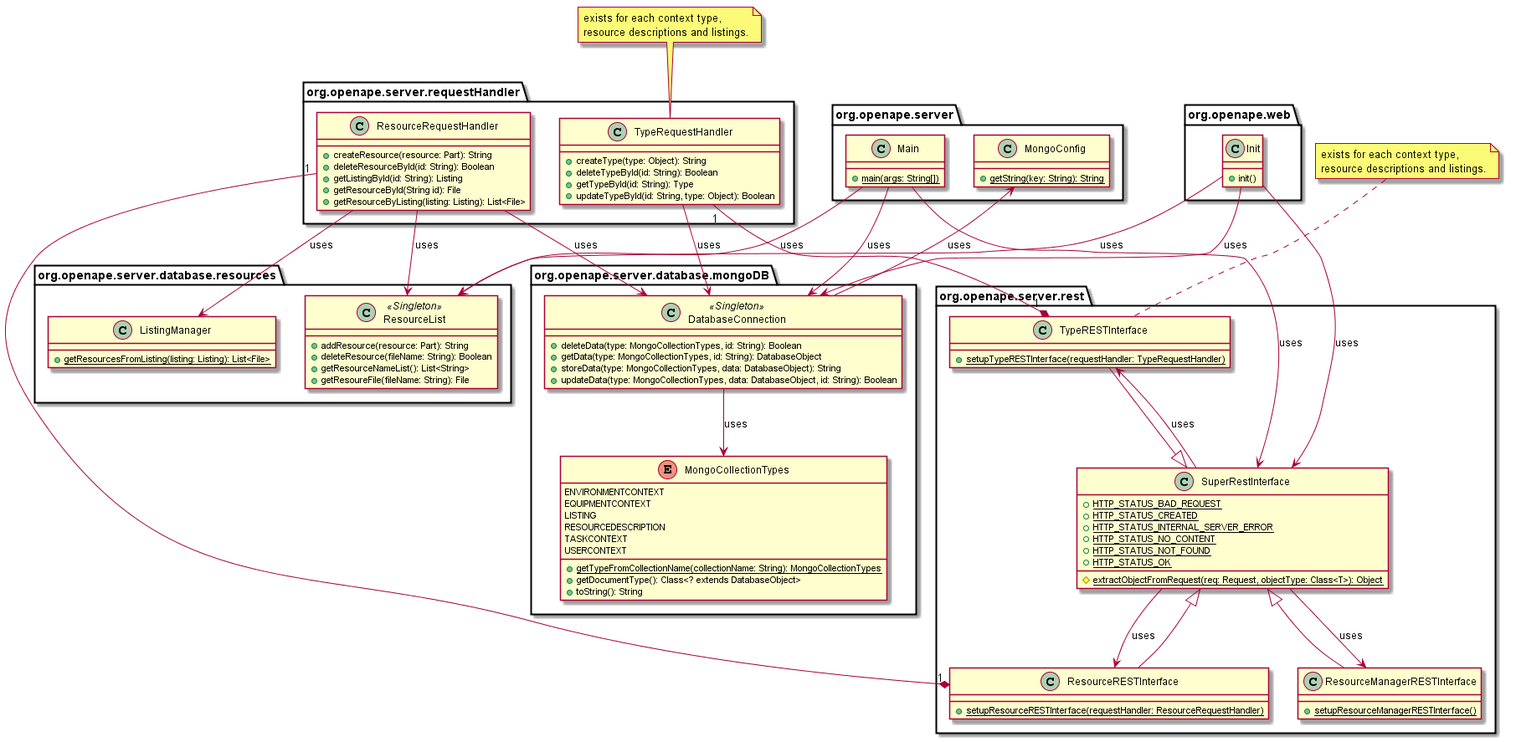
Before: documentation/uml/serveruml.png, a diagram exported from PlantUML (REMEXLabs/OpenAPE).
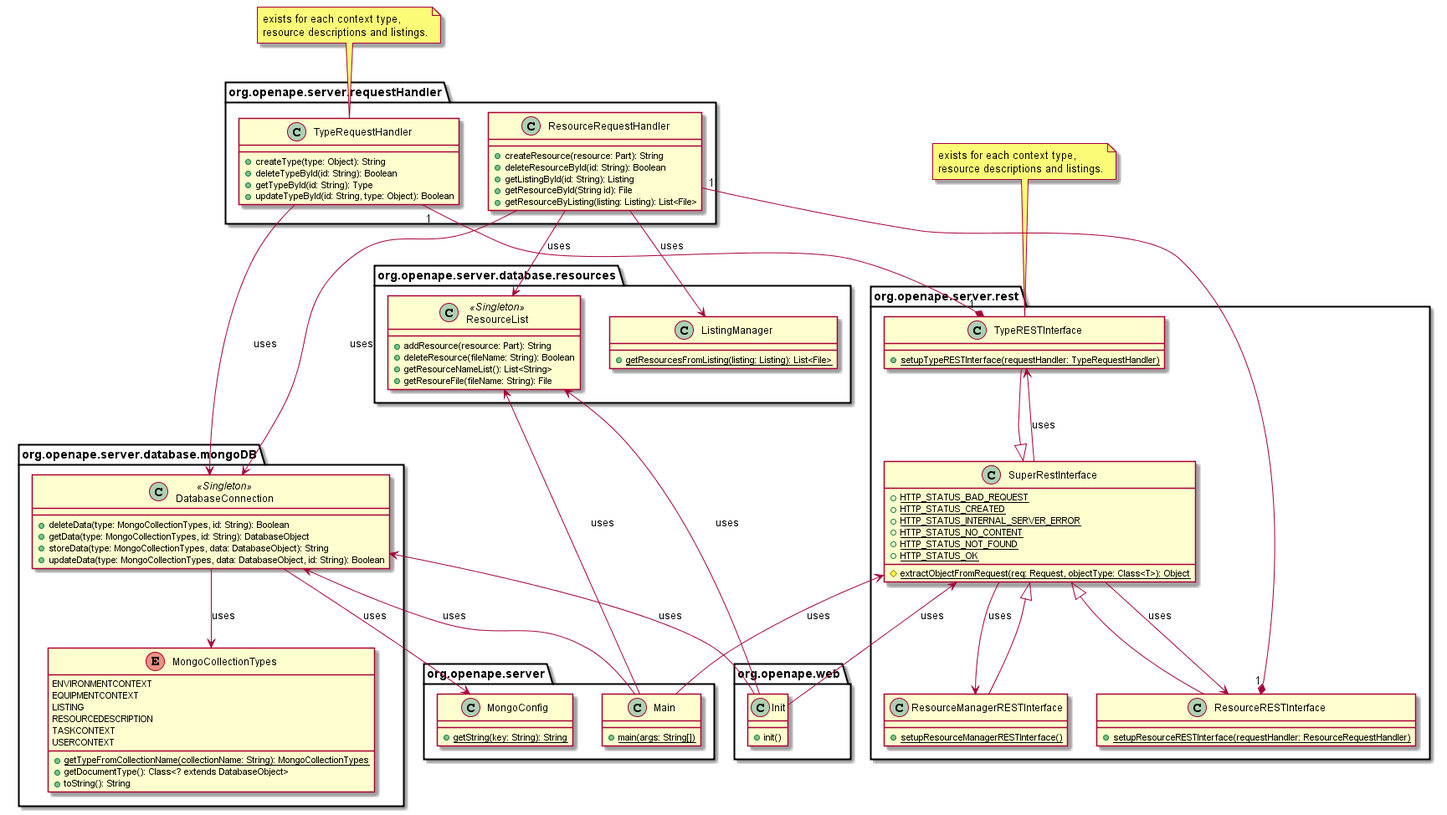
After the change.

What changed in the source:
```diff
@@ -69,12 +69,12 @@
 }
 org.openape.server.database.mongoDB.DatabaseConnection --> org.openape.server.database.mongoDB.MongoCollectionTypes :uses
 
-org.openape.server.Main --> org.openape.server.database.mongoDB.DatabaseConnection :uses
-org.openape.server.Main --> org.openape.server.database.resources.ResourceList :uses
-org.openape.server.Main --> org.openape.server.rest.SuperRestInterface :uses
-org.openape.web.Init --> org.openape.server.database.mongoDB.DatabaseConnection :uses
-org.openape.web.Init --> org.openape.server.database.resources.ResourceList :uses
-org.openape.web.Init --> org.openape.server.rest.SuperRestInterface :uses
+org.openape.server.database.mongoDB.DatabaseConnection <-- org.openape.server.Main :uses
+org.openape.server.database.resources.ResourceList <-- org.openape.server.Main :uses
+org.openape.server.rest.SuperRestInterface <-- org.openape.server.Main :uses
+org.openape.server.database.mongoDB.DatabaseConnection <-- org.openape.web.Init :uses
+org.openape.server.database.resources.ResourceList <-- org.openape.web.Init :uses
+org.openape.server.rest.SuperRestInterface <-- org.openape.web.Init :uses
 
 org.openape.server.database.mongoDB.DatabaseConnection --> org.openape.server.MongoConfig :uses
 
```
